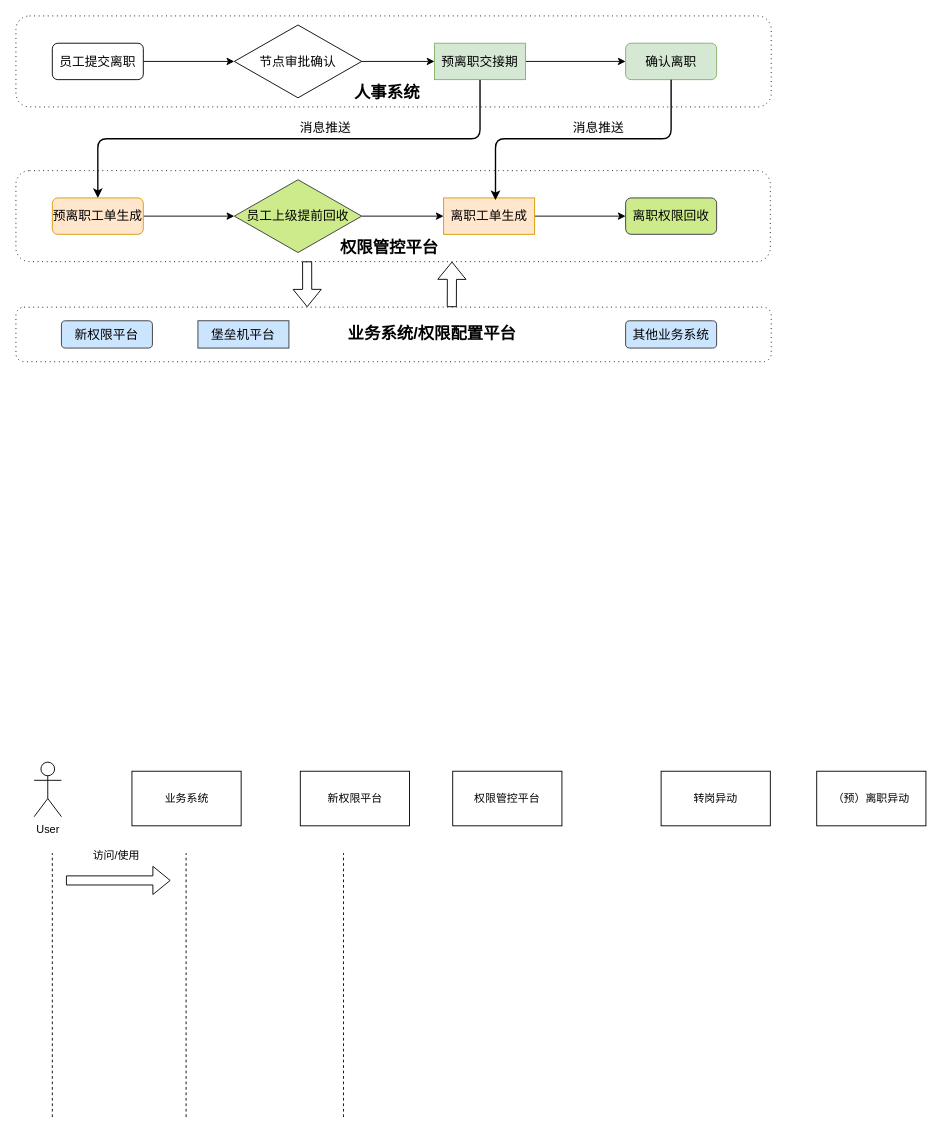
Earlier version of the draw.io diagram page "业务系统权限管控" (8 of 10) of 权限审计.drawio (zpxiao-ios/hello-world). Source tidied: cells renumbered, new cells numbered last; positions are measured from the earlier drawing's top-left corner, leaving out a move shared by most shapes. Both pictures are drawn from the tidied source at 91%, with x=0, y=0 at pixel (15, 15).
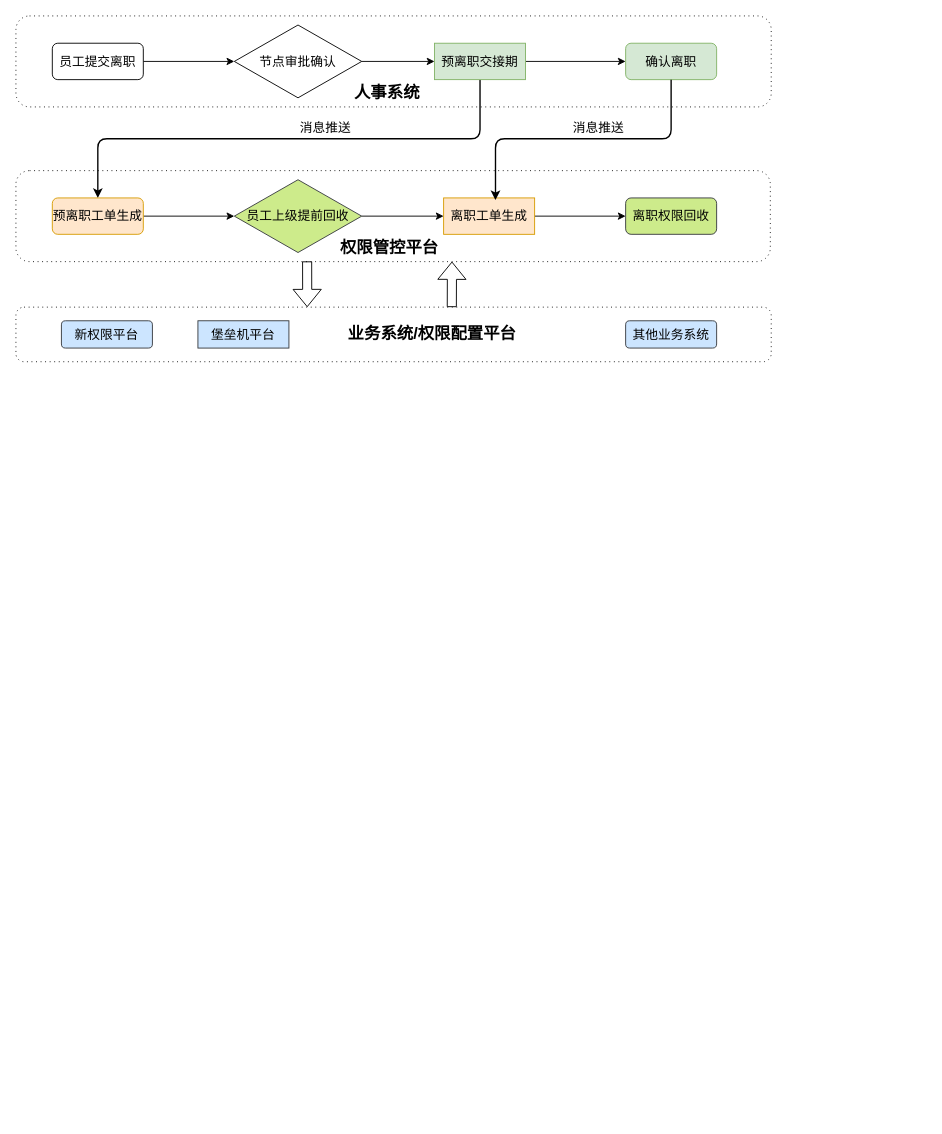
The same page after the edit.

The edit, as a diff of the source:
```diff
@@
-    <mxCell id="31" value="（预）离职异动" style="rounded=0;whiteSpace=wrap;html=1;" parent="1" vertex="1">
-      <mxGeometry x="880" y="830" width="120" height="60" as="geometry" />
-    </mxCell>
-    <mxCell id="32" value="转岗异动" style="rounded=0;whiteSpace=wrap;html=1;" parent="1" vertex="1">
-      <mxGeometry x="709" y="830" width="120" height="60" as="geometry" />
-    </mxCell>
-    <mxCell id="33" value="权限管控平台" style="rounded=0;whiteSpace=wrap;html=1;" parent="1" vertex="1">
-      <mxGeometry x="480" y="830" width="120" height="60" as="geometry" />
-    </mxCell>
-    <mxCell id="34" value="新权限平台" style="rounded=0;whiteSpace=wrap;html=1;" parent="1" vertex="1">
-      <mxGeometry x="312.5" y="830" width="120" height="60" as="geometry" />
-    </mxCell>
-    <mxCell id="35" value="业务系统" style="rounded=0;whiteSpace=wrap;html=1;" parent="1" vertex="1">
-      <mxGeometry x="127.5" y="830" width="120" height="60" as="geometry" />
-    </mxCell>
-    <mxCell id="36" value="User" style="shape=umlActor;verticalLabelPosition=bottom;verticalAlign=top;html=1;" parent="1" vertex="1">
-      <mxGeometry x="20" y="820" width="30" height="60" as="geometry" />
-    </mxCell>
-    <mxCell id="37" style="endArrow=none;dashed=1;html=1;rounded=0;" parent="1" edge="1">
-      <mxGeometry relative="1" as="geometry">
-        <mxPoint x="40" y="1210" as="sourcePoint" />
-        <mxPoint x="40" y="920" as="targetPoint" />
-      </mxGeometry>
-    </mxCell>
-    <mxCell id="38" style="endArrow=none;dashed=1;html=1;rounded=0;" parent="1" edge="1">
-      <mxGeometry relative="1" as="geometry">
-        <mxPoint x="187" y="1210" as="sourcePoint" />
-        <mxPoint x="187" y="920" as="targetPoint" />
-      </mxGeometry>
-    </mxCell>
-    <mxCell id="39" style="endArrow=none;dashed=1;html=1;rounded=0;" parent="1" edge="1">
-      <mxGeometry relative="1" as="geometry">
-        <mxPoint x="360" y="1210" as="sourcePoint" />
-        <mxPoint x="360" y="920" as="targetPoint" />
-      </mxGeometry>
-    </mxCell>
-    <mxCell id="40" style="shape=flexArrow;endArrow=classic;html=1;rounded=0;" parent="1" edge="1">
-      <mxGeometry relative="1" as="geometry">
-        <mxPoint x="55" y="950" as="sourcePoint" />
-        <mxPoint x="170" y="950" as="targetPoint" />
-      </mxGeometry>
-    </mxCell>
-    <mxCell id="41" value="访问/使用" style="text;html=1;align=center;verticalAlign=middle;strokeColor=none;fillColor=none;" parent="1" vertex="1">
-      <mxGeometry x="75" y="908" width="70" height="30" as="geometry" />
-    </mxCell>
```
